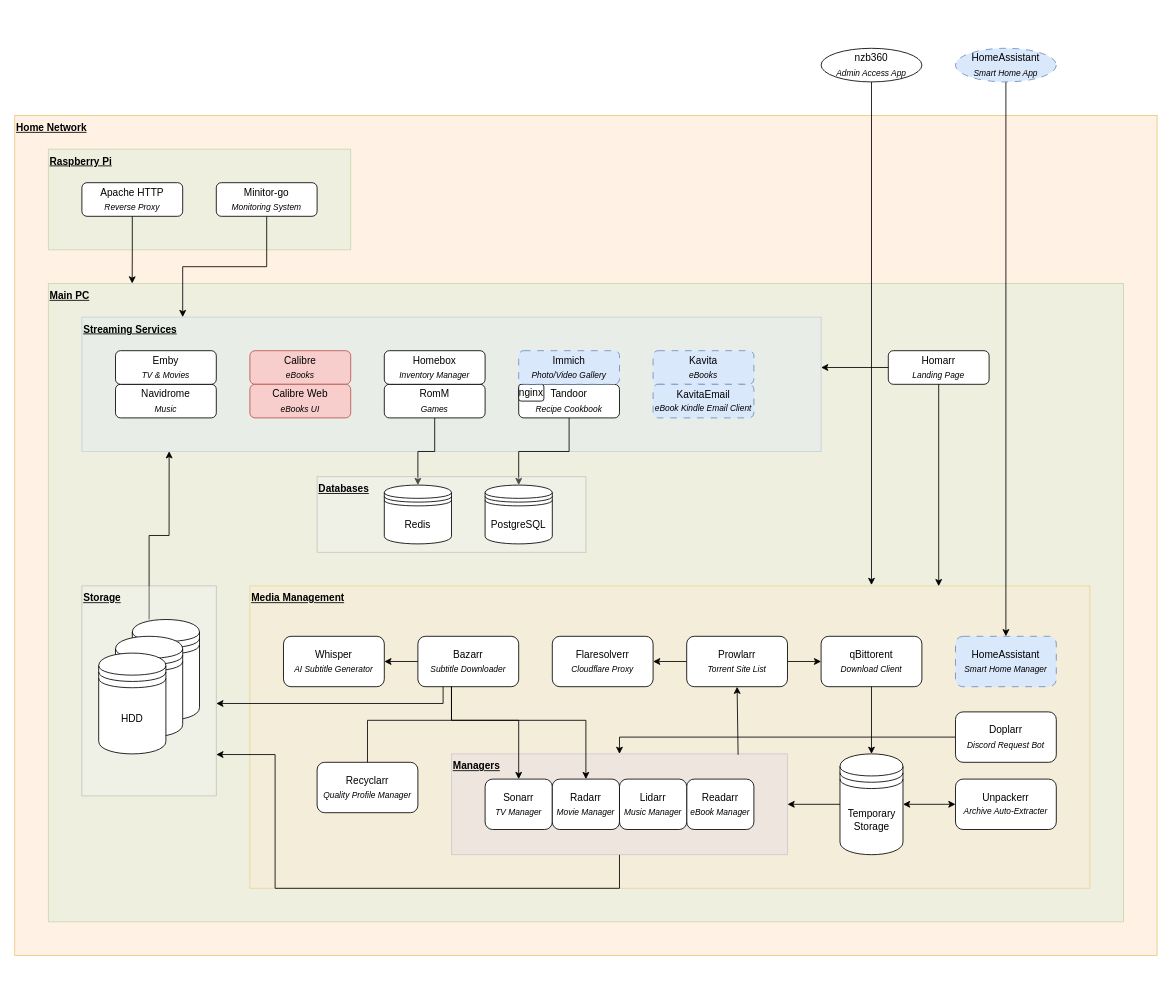
Earlier version of the draw.io diagram doc/home_theatre.drawio (zodac-personal/home_theatre). Source tidied: cells renumbered, new cells numbered last; positions are measured from the earlier drawing's top-left corner, leaving out a move shared by most shapes. Both pictures are drawn from the tidied source at 84%, with x=0, y=0 at pixel (14, 48).
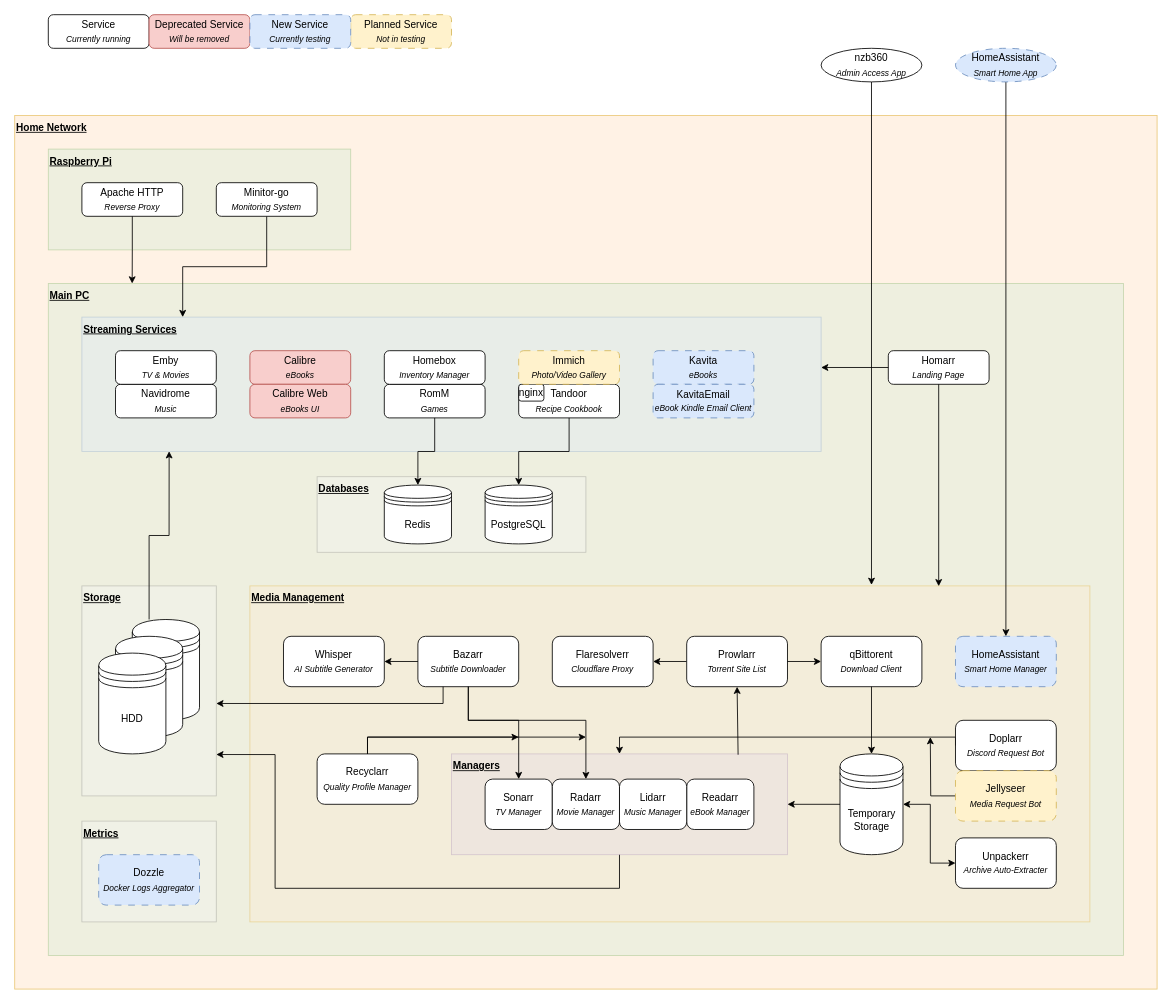
Above is the later version.

Commit message (it also covers changes not shown here):
Adding Dozzle to view docker logs, updating versions

Unchanged cells that the change refers to:
```xml
<mxCell id="15" value="RomM&lt;br&gt;&lt;sub&gt;&lt;i&gt;Games&lt;/i&gt;&lt;/sub&gt;" style="rounded=1;whiteSpace=wrap;html=1;" parent="1" vertex="1">
  <mxGeometry x="440" y="400" width="120" height="40" as="geometry" />
</mxCell>
<mxCell id="18" style="rounded=0;whiteSpace=wrap;html=1;fillColor=#e1d5e7;strokeColor=#9673a6;opacity=30;" parent="1" vertex="1">
  <mxGeometry x="520" y="840" width="400" height="120" as="geometry" />
</mxCell>
<mxCell id="19" value="Sonarr&lt;br&gt;&lt;i&gt;&lt;sub&gt;TV Manager&lt;/sub&gt;&lt;/i&gt;" style="rounded=1;whiteSpace=wrap;html=1;" parent="1" vertex="1">
  <mxGeometry x="560" y="870" width="80" height="60" as="geometry" />
</mxCell>
<mxCell id="20" value="Radarr&lt;br&gt;&lt;i&gt;&lt;sub&gt;Movie Manager&lt;/sub&gt;&lt;/i&gt;" style="rounded=1;whiteSpace=wrap;html=1;" parent="1" vertex="1">
  <mxGeometry x="640" y="870" width="80" height="60" as="geometry" />
</mxCell>
<mxCell id="23" value="Bazarr&lt;br&gt;&lt;sub&gt;&lt;i&gt;Subtitle Downloader&lt;/i&gt;&lt;/sub&gt;" style="rounded=1;whiteSpace=wrap;html=1;" parent="1" vertex="1">
  <mxGeometry x="480" y="700" width="120" height="60" as="geometry" />
</mxCell>
<mxCell id="39" value="Temporary&lt;br&gt;Storage" style="shape=datastore;whiteSpace=wrap;html=1;" parent="1" vertex="1">
  <mxGeometry x="982.5" y="840" width="75" height="120" as="geometry" />
</mxCell>
<mxCell id="41" value="Tandoor&lt;br&gt;&lt;i&gt;&lt;sub&gt;Recipe Cookbook&lt;/sub&gt;&lt;/i&gt;" style="rounded=1;whiteSpace=wrap;html=1;" parent="1" vertex="1">
  <mxGeometry x="600" y="400" width="120" height="40" as="geometry" />
</mxCell>
<mxCell id="64" value="PostgreSQL" style="shape=datastore;whiteSpace=wrap;html=1;" parent="1" vertex="1">
  <mxGeometry x="560" y="520" width="80" height="70" as="geometry" />
</mxCell>
<mxCell id="65" value="Redis" style="shape=datastore;whiteSpace=wrap;html=1;" parent="1" vertex="1">
  <mxGeometry x="440" y="520" width="80" height="70" as="geometry" />
</mxCell>
```

The edit, as a diff of the source:
```diff
@@
     <mxCell id="2" style="rounded=0;whiteSpace=wrap;html=1;fillColor=#ffe6cc;strokeColor=#d79b00;opacity=50;" parent="1" vertex="1">
-      <mxGeometry y="80" width="1360" height="1000" as="geometry" />
+      <mxGeometry y="80" width="1360" height="1040" as="geometry" />
     </mxCell>
@@
     <mxCell id="4" style="rounded=0;whiteSpace=wrap;html=1;fillColor=#d5e8d4;strokeColor=#82b366;opacity=40;" parent="1" vertex="1">
-      <mxGeometry x="40" y="280" width="1280" height="760" as="geometry" />
+      <mxGeometry x="40" y="280" width="1280" height="800" as="geometry" />
     </mxCell>
+    <mxCell id="6" style="rounded=0;whiteSpace=wrap;html=1;fillColor=#f5f5f5;fontColor=#333333;strokeColor=#666666;opacity=30;" parent="1" vertex="1">
+      <mxGeometry x="80" y="640" width="160" height="250" as="geometry" />
+    </mxCell>
@@
-    <mxCell id="6" style="rounded=0;whiteSpace=wrap;html=1;fillColor=#f5f5f5;fontColor=#333333;strokeColor=#666666;opacity=30;" parent="1" vertex="1">
-      <mxGeometry x="80" y="640" width="160" height="250" as="geometry" />
-    </mxCell>
@@
     <mxCell id="9" style="rounded=0;whiteSpace=wrap;html=1;fillColor=#ffe6cc;strokeColor=#d79b00;opacity=30;" parent="1" vertex="1">
-      <mxGeometry x="280" y="640" width="1000" height="360" as="geometry" />
+      <mxGeometry x="280" y="640" width="1000" height="400" as="geometry" />
     </mxCell>
@@
-    <mxCell id="14" style="edgeStyle=orthogonalEdgeStyle;rounded=0;jettySize=auto;html=1;exitX=0.5;exitY=1;exitDx=0;exitDy=0;entryX=0.5;entryY=0;entryDx=0;entryDy=0;" parent="1" edge="1" source="15" target="65">
-      <mxGeometry relative="1" as="geometry" />
-    </mxCell>
@@
-    <mxCell id="34" style="endArrow=classic;html=1;rounded=0;exitX=0.333;exitY=1;exitDx=0;exitDy=0;entryX=0.5;entryY=0;entryDx=0;entryDy=0;exitPerimeter=0;" parent="1" edge="1" source="23" target="19">
+    <mxCell id="34" style="endArrow=classic;html=1;rounded=0;exitX=0.5;exitY=1;exitDx=0;exitDy=0;entryX=0.5;entryY=0;entryDx=0;entryDy=0;" parent="1" edge="1" source="23" target="19">
       <mxGeometry relative="1" as="geometry">
         <Array as="points">
-          <mxPoint x="520" y="800" />
+          <mxPoint x="540" y="800" />
           <mxPoint x="600" y="800" />
         </Array>
       </mxGeometry>
     </mxCell>
-    <mxCell id="35" style="endArrow=classic;html=1;rounded=0;entryX=0.5;entryY=0;entryDx=0;entryDy=0;" parent="1" edge="1" target="20">
+    <mxCell id="35" style="endArrow=classic;html=1;rounded=0;entryX=0.5;entryY=0;entryDx=0;entryDy=0;exitX=0.5;exitY=1;exitDx=0;exitDy=0;" parent="1" edge="1" source="23" target="20">
       <mxGeometry relative="1" as="geometry">
-        <mxPoint x="520" y="760" as="sourcePoint" />
         <Array as="points">
-          <mxPoint x="520" y="800" />
+          <mxPoint x="540" y="800" />
           <mxPoint x="560" y="800" />
           <mxPoint x="680" y="800" />
         </Array>
       </mxGeometry>
     </mxCell>
@@
-    <mxCell id="40" style="edgeStyle=orthogonalEdgeStyle;rounded=0;jettySize=auto;html=1;exitX=0.5;exitY=1;exitDx=0;exitDy=0;entryX=0.5;entryY=0;entryDx=0;entryDy=0;" parent="1" edge="1" source="41" target="64">
-      <mxGeometry relative="1" as="geometry" />
-    </mxCell>
@@
+    <mxCell id="61" style="rounded=0;whiteSpace=wrap;html=1;fillColor=#f5f5f5;fontColor=#333333;strokeColor=#666666;opacity=30;" parent="1" vertex="1">
+      <mxGeometry x="360" y="510" width="320" height="90" as="geometry" />
+    </mxCell>
@@
-    <mxCell id="61" style="rounded=0;whiteSpace=wrap;html=1;fillColor=#f5f5f5;fontColor=#333333;strokeColor=#666666;opacity=30;" parent="1" vertex="1">
-      <mxGeometry x="360" y="510" width="320" height="90" as="geometry" />
-    </mxCell>
+    <mxCell id="14" style="edgeStyle=orthogonalEdgeStyle;rounded=0;jettySize=auto;html=1;exitX=0.5;exitY=1;exitDx=0;exitDy=0;entryX=0.5;entryY=0;entryDx=0;entryDy=0;" parent="1" edge="1" source="15" target="65">
+      <mxGeometry relative="1" as="geometry" />
+    </mxCell>
+    <mxCell id="40" style="edgeStyle=orthogonalEdgeStyle;rounded=0;jettySize=auto;html=1;exitX=0.5;exitY=1;exitDx=0;exitDy=0;entryX=0.5;entryY=0;entryDx=0;entryDy=0;" parent="1" edge="1" source="41" target="64">
+      <mxGeometry relative="1" as="geometry" />
+    </mxCell>
@@
-    <mxCell id="67" value="Immich&lt;br&gt;&lt;sub&gt;&lt;i&gt;Photo/Video Gallery&lt;/i&gt;&lt;/sub&gt;" style="rounded=1;whiteSpace=wrap;html=1;dashed=1;dashPattern=8 8;fillColor=#dae8fc;strokeColor=#6c8ebf;" parent="1" vertex="1">
+    <mxCell id="67" value="Immich&lt;br&gt;&lt;sub&gt;&lt;i&gt;Photo/Video Gallery&lt;/i&gt;&lt;/sub&gt;" style="rounded=1;whiteSpace=wrap;html=1;dashed=1;dashPattern=8 8;fillColor=#fff2cc;strokeColor=#d6b656;" parent="1" vertex="1">
       <mxGeometry x="600" y="360" width="120" height="40" as="geometry" />
     </mxCell>
     <mxCell id="68" style="edgeStyle=orthogonalEdgeStyle;rounded=0;jettySize=auto;html=1;exitX=0;exitY=0.5;exitDx=0;exitDy=0;entryX=0.5;entryY=0;entryDx=0;entryDy=0;" parent="1" edge="1" source="69" target="18">
-      <mxGeometry relative="1" as="geometry" />
+      <mxGeometry relative="1" as="geometry">
+        <Array as="points">
+          <mxPoint x="1120" y="820" />
+          <mxPoint x="720" y="820" />
+        </Array>
+      </mxGeometry>
     </mxCell>
     <mxCell id="69" value="Doplarr&lt;br&gt;&lt;i&gt;&lt;sub&gt;Discord Request Bot&lt;/sub&gt;&lt;/i&gt;" style="rounded=1;whiteSpace=wrap;html=1;" parent="1" vertex="1">
-      <mxGeometry x="1120" y="790" width="120" height="60" as="geometry" />
+      <mxGeometry x="1120" y="800" width="120" height="60" as="geometry" />
     </mxCell>
+    <mxCell id="75" style="edgeStyle=orthogonalEdgeStyle;rounded=0;jettySize=auto;html=1;exitX=0.5;exitY=0;exitDx=0;exitDy=0;" parent="1" edge="1" source="70">
+      <mxGeometry relative="1" as="geometry">
+        <mxPoint x="600" y="820" as="targetPoint" />
+        <Array as="points">
+          <mxPoint x="420" y="820" />
+        </Array>
+      </mxGeometry>
+    </mxCell>
+    <mxCell id="76" style="edgeStyle=orthogonalEdgeStyle;rounded=0;jettySize=auto;html=1;exitX=0.5;exitY=0;exitDx=0;exitDy=0;" parent="1" edge="1" source="70">
+      <mxGeometry relative="1" as="geometry">
+        <mxPoint x="680" y="820" as="targetPoint" />
+        <Array as="points">
+          <mxPoint x="420" y="820" />
+        </Array>
+      </mxGeometry>
+    </mxCell>
     <mxCell id="70" value="Recyclarr&lt;br&gt;&lt;i&gt;&lt;sub&gt;Quality Profile Manager&lt;/sub&gt;&lt;/i&gt;" style="rounded=1;whiteSpace=wrap;html=1;" parent="1" vertex="1">
-      <mxGeometry x="360" y="850" width="120" height="60" as="geometry" />
+      <mxGeometry x="360" y="840" width="120" height="60" as="geometry" />
     </mxCell>
-    <mxCell id="71" style="endArrow=none;html=1;rounded=0;exitX=0.5;exitY=0;exitDx=0;exitDy=0;" parent="1" edge="1" source="70">
-      <mxGeometry relative="1" as="geometry">
-        <mxPoint x="520" y="800" as="targetPoint" />
-        <Array as="points">
-          <mxPoint x="420" y="800" />
-        </Array>
-      </mxGeometry>
-    </mxCell>
     <mxCell id="72" value="Unpackerr&lt;br&gt;&lt;span style=&quot;font-size: 10px;&quot;&gt;&lt;i&gt;Archive Auto-Extracter&lt;/i&gt;&lt;/span&gt;" style="rounded=1;whiteSpace=wrap;html=1;" parent="1" vertex="1">
-      <mxGeometry x="1120" y="870" width="120" height="60" as="geometry" />
+      <mxGeometry x="1120" y="940" width="120" height="60" as="geometry" />
     </mxCell>
     <mxCell id="73" style="endArrow=classic;startArrow=classic;html=1;rounded=0;exitX=1;exitY=0.5;exitDx=0;exitDy=0;entryX=0;entryY=0.5;entryDx=0;entryDy=0;" parent="1" edge="1" source="39" target="72">
-      <mxGeometry relative="1" as="geometry" />
+      <mxGeometry relative="1" as="geometry">
+        <Array as="points">
+          <mxPoint x="1090" y="900" />
+          <mxPoint x="1090" y="970" />
+        </Array>
+      </mxGeometry>
     </mxCell>
@@
+    <mxCell id="77" style="edgeStyle=orthogonalEdgeStyle;rounded=0;jettySize=auto;html=1;exitX=0;exitY=0.5;exitDx=0;exitDy=0;" parent="1" edge="1" source="78">
+      <mxGeometry relative="1" as="geometry">
+        <mxPoint x="1090" y="820" as="targetPoint" />
+      </mxGeometry>
+    </mxCell>
+    <mxCell id="78" value="Jellyseer&lt;br&gt;&lt;i&gt;&lt;sub&gt;Media Request Bot&lt;/sub&gt;&lt;/i&gt;" style="rounded=1;whiteSpace=wrap;html=1;dashed=1;dashPattern=8 8;fillColor=#fff2cc;strokeColor=#d6b656;fillStyle=solid;" parent="1" vertex="1">
+      <mxGeometry x="1120" y="860" width="120" height="60" as="geometry" />
+    </mxCell>
+    <mxCell id="79" style="rounded=0;whiteSpace=wrap;html=1;fillColor=#f5f5f5;fontColor=#333333;strokeColor=#666666;opacity=30;" parent="1" vertex="1">
+      <mxGeometry x="80" y="920" width="160" height="120" as="geometry" />
+    </mxCell>
+    <mxCell id="80" value="&lt;b&gt;&lt;u&gt;Metrics&lt;/u&gt;&lt;/b&gt;" style="text;html=1;strokeColor=none;fillColor=none;align=left;verticalAlign=middle;whiteSpace=wrap;rounded=0;" parent="1" vertex="1">
+      <mxGeometry x="80" y="920" width="60" height="30" as="geometry" />
+    </mxCell>
+    <mxCell id="81" value="Dozzle&lt;br&gt;&lt;i&gt;&lt;sub&gt;Docker Logs Aggregator&lt;/sub&gt;&lt;/i&gt;" style="rounded=1;whiteSpace=wrap;html=1;fillColor=#dae8fc;strokeColor=#6c8ebf;dashed=1;dashPattern=8 8;" parent="1" vertex="1">
+      <mxGeometry x="100" y="960" width="120" height="60" as="geometry" />
+    </mxCell>
+    <mxCell id="82" value="Service&lt;br&gt;&lt;i&gt;&lt;sub&gt;Currently running&lt;/sub&gt;&lt;/i&gt;" style="rounded=1;whiteSpace=wrap;html=1;" parent="1" vertex="1">
+      <mxGeometry x="40" y="-40" width="120" height="40" as="geometry" />
+    </mxCell>
+    <mxCell id="83" value="Deprecated Service&lt;br&gt;&lt;i&gt;&lt;sub&gt;Will be removed&lt;br&gt;&lt;/sub&gt;&lt;/i&gt;" style="rounded=1;whiteSpace=wrap;html=1;fillColor=#f8cecc;strokeColor=#b85450;" parent="1" vertex="1">
+      <mxGeometry x="160" y="-40" width="120" height="40" as="geometry" />
+    </mxCell>
+    <mxCell id="84" value="Planned Service&lt;br&gt;&lt;i&gt;&lt;sub&gt;Not in testing&lt;/sub&gt;&lt;/i&gt;" style="rounded=1;whiteSpace=wrap;html=1;dashed=1;dashPattern=8 8;fillColor=#fff2cc;strokeColor=#d6b656;" parent="1" vertex="1">
+      <mxGeometry x="400" y="-40" width="120" height="40" as="geometry" />
+    </mxCell>
+    <mxCell id="85" value="New Service&lt;br&gt;&lt;sub&gt;&lt;i&gt;Currently testing&lt;/i&gt;&lt;/sub&gt;" style="rounded=1;whiteSpace=wrap;html=1;dashed=1;dashPattern=8 8;fillColor=#dae8fc;strokeColor=#6c8ebf;" parent="1" vertex="1">
+      <mxGeometry x="280" y="-40" width="120" height="40" as="geometry" />
+    </mxCell>
```
